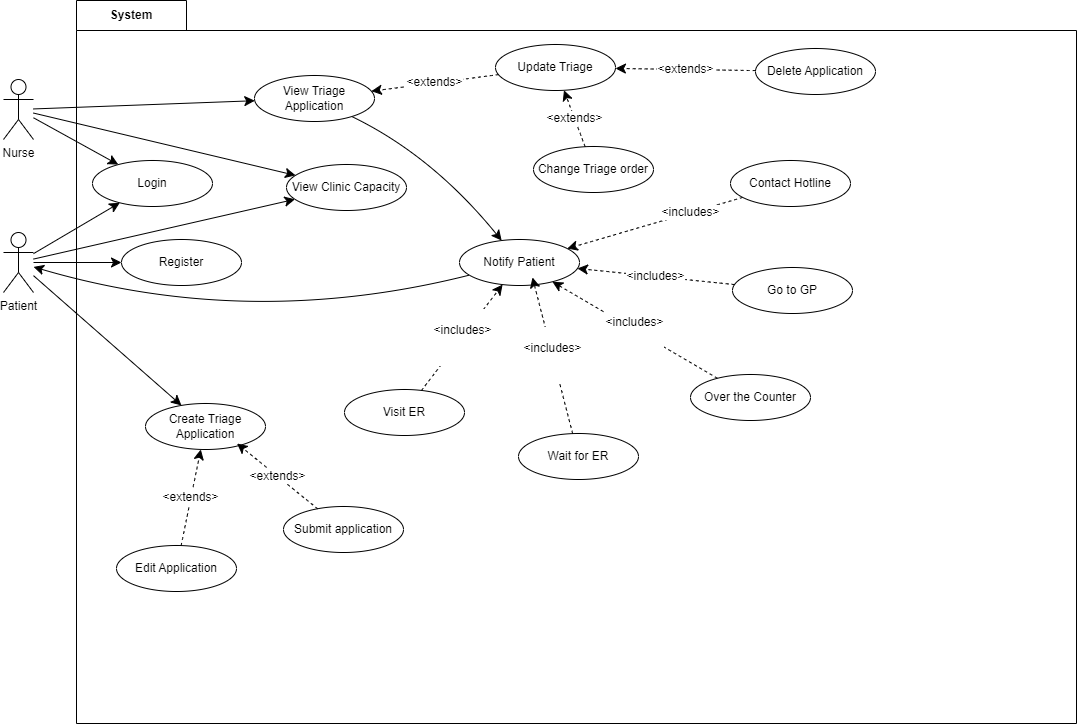
SENG-350-2024-fall/Team5 keeps this draw.io diagram as useCaseDiagrams/UseCaseDiagram.drawio.png. Above is the earlier version. Source tidied: cells renumbered, new cells last; positions are measured from the earlier drawing's top-left corner, leaving out a move shared by most shapes.
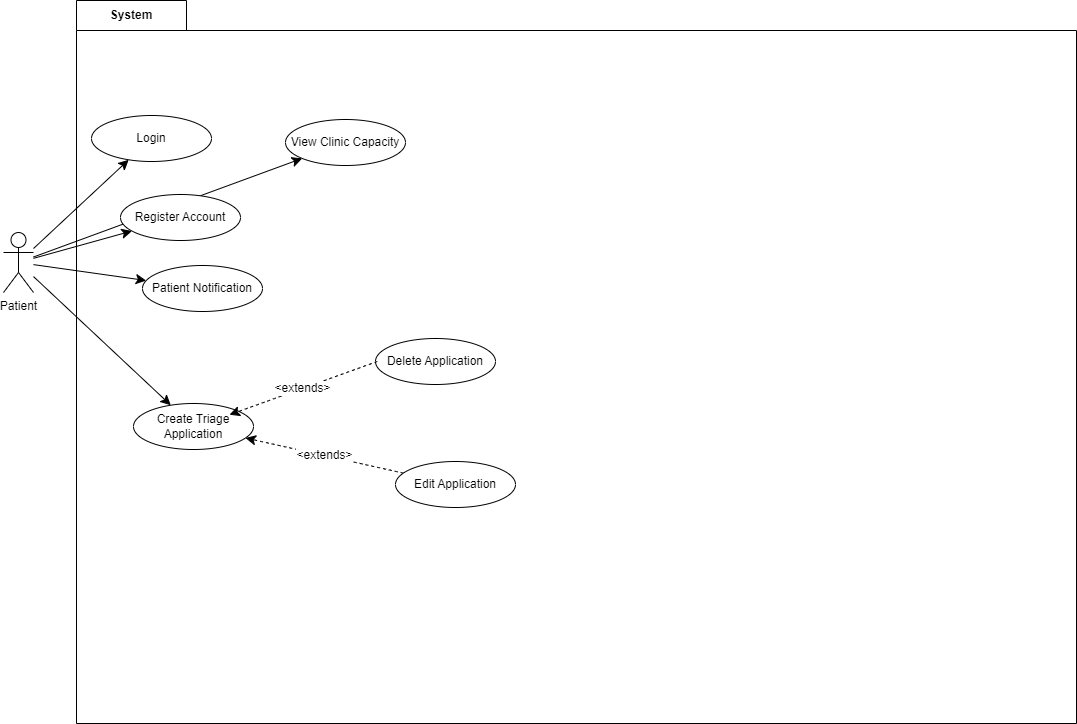
Above is the later version.

The edit, as a diff of the source:
```diff
@@ -10,24 +10,6 @@
         <mxPoint y="30" as="offset" />
       </mxGeometry>
     </mxCell>
-    <mxCell id="4" value="Delete Application" style="ellipse;whiteSpace=wrap;html=1;" parent="2" vertex="1">
-      <mxGeometry x="679" y="48" width="120" height="46" as="geometry" />
-    </mxCell>
-    <mxCell id="5" value="Change Triage order" style="ellipse;whiteSpace=wrap;html=1;" parent="2" vertex="1">
-      <mxGeometry x="457" y="146" width="120" height="46" as="geometry" />
-    </mxCell>
-    <mxCell id="6" value="Visit ER" style="ellipse;whiteSpace=wrap;html=1;" parent="2" vertex="1">
-      <mxGeometry x="268" y="389" width="120" height="46" as="geometry" />
-    </mxCell>
-    <mxCell id="7" value="Update Triage" style="ellipse;whiteSpace=wrap;html=1;" parent="2" vertex="1">
-      <mxGeometry x="419" y="44" width="120" height="46" as="geometry" />
-    </mxCell>
-    <mxCell id="8" value="&amp;lt;extends&amp;gt;" style="edgeStyle=none;curved=1;rounded=0;jettySize=auto;html=1;fontSize=12;startSize=8;endSize=8;dashed=1;" parent="2" edge="1" source="4" target="7">
-      <mxGeometry relative="1" as="geometry" />
-    </mxCell>
-    <mxCell id="9" value="&amp;lt;extends&amp;gt;" style="edgeStyle=none;curved=1;rounded=0;jettySize=auto;html=1;fontSize=12;startSize=8;endSize=8;dashed=1;" parent="2" edge="1" source="5" target="7">
-      <mxGeometry relative="1" as="geometry" />
-    </mxCell>
     <mxCell id="10" style="edgeStyle=none;curved=1;rounded=0;jettySize=auto;html=1;fontSize=12;startSize=8;endSize=8;" parent="1" edge="1" source="14" target="19">
       <mxGeometry relative="1" as="geometry" />
     </mxCell>
@@ -40,97 +22,41 @@
     <mxCell id="13" style="edgeStyle=none;curved=1;rounded=0;jettySize=auto;html=1;fontSize=12;startSize=8;endSize=8;" parent="1" edge="1" source="14" target="25">
       <mxGeometry relative="1" as="geometry" />
     </mxCell>
+    <mxCell id="42" style="edgeStyle=none;curved=1;rounded=0;jettySize=auto;html=1;fontSize=12;startSize=8;endSize=8;" parent="1" edge="1" source="14" target="43">
+      <mxGeometry relative="1" as="geometry" />
+    </mxCell>
     <mxCell id="14" value="Patient&lt;div&gt;&lt;br&gt;&lt;/div&gt;" style="shape=umlActor;verticalLabelPosition=bottom;verticalAlign=top;html=1;outlineConnect=0;" parent="1" vertex="1">
       <mxGeometry y="232" width="30" height="60" as="geometry" />
     </mxCell>
-    <mxCell id="15" style="edgeStyle=none;curved=1;rounded=0;jettySize=auto;html=1;fontSize=12;startSize=8;endSize=8;" parent="1" edge="1" source="18" target="19">
-      <mxGeometry relative="1" as="geometry" />
-    </mxCell>
-    <mxCell id="16" style="edgeStyle=none;curved=1;rounded=0;jettySize=auto;html=1;fontSize=12;startSize=8;endSize=8;" parent="1" edge="1" source="18" target="25">
-      <mxGeometry relative="1" as="geometry" />
-    </mxCell>
-    <mxCell id="17" style="edgeStyle=none;curved=1;rounded=0;jettySize=auto;html=1;fontSize=12;startSize=8;endSize=8;" parent="1" edge="1" source="18" target="27">
-      <mxGeometry relative="1" as="geometry" />
-    </mxCell>
-    <mxCell id="18" value="&lt;div&gt;Nurse&lt;/div&gt;" style="shape=umlActor;verticalLabelPosition=bottom;verticalAlign=top;html=1;outlineConnect=0;" parent="1" vertex="1">
-      <mxGeometry y="79" width="30" height="60" as="geometry" />
-    </mxCell>
     <mxCell id="19" value="Login" style="ellipse;whiteSpace=wrap;html=1;" parent="1" vertex="1">
-      <mxGeometry x="89" y="160" width="120" height="46" as="geometry" />
+      <mxGeometry x="88" y="115" width="120" height="46" as="geometry" />
     </mxCell>
-    <mxCell id="20" value="Register" style="ellipse;whiteSpace=wrap;html=1;" parent="1" vertex="1">
-      <mxGeometry x="118" y="239" width="120" height="46" as="geometry" />
+    <mxCell id="20" value="Register Account" style="ellipse;whiteSpace=wrap;html=1;" parent="1" vertex="1">
+      <mxGeometry x="117" y="194" width="120" height="46" as="geometry" />
     </mxCell>
     <mxCell id="21" value="Create Triage Application" style="ellipse;whiteSpace=wrap;html=1;" parent="1" vertex="1">
-      <mxGeometry x="142" y="403" width="120" height="46" as="geometry" />
+      <mxGeometry x="130" y="403" width="120" height="46" as="geometry" />
     </mxCell>
     <mxCell id="22" value="&amp;lt;extends&amp;gt;" style="edgeStyle=none;curved=1;rounded=0;jettySize=auto;html=1;fontSize=12;startSize=8;endSize=8;dashed=1;" parent="1" edge="1" source="23" target="21">
       <mxGeometry relative="1" as="geometry" />
     </mxCell>
     <mxCell id="23" value="Edit Application" style="ellipse;whiteSpace=wrap;html=1;" parent="1" vertex="1">
-      <mxGeometry x="113" y="545" width="120" height="46" as="geometry" />
+      <mxGeometry x="392" y="461" width="120" height="46" as="geometry" />
     </mxCell>
-    <mxCell id="24" value="Submit application" style="ellipse;whiteSpace=wrap;html=1;" parent="1" vertex="1">
-      <mxGeometry x="280" y="506" width="120" height="46" as="geometry" />
+    <mxCell id="24" value="Delete Application" style="ellipse;whiteSpace=wrap;html=1;" parent="1" vertex="1">
+      <mxGeometry x="372" y="338" width="120" height="46" as="geometry" />
     </mxCell>
     <mxCell id="25" value="View Clinic Capacity" style="ellipse;whiteSpace=wrap;html=1;" parent="1" vertex="1">
-      <mxGeometry x="283" y="164" width="120" height="46" as="geometry" />
+      <mxGeometry x="282" y="119" width="120" height="46" as="geometry" />
     </mxCell>
-    <mxCell id="26" style="edgeStyle=none;curved=1;rounded=0;jettySize=auto;html=1;fontSize=12;startSize=8;endSize=8;" parent="1" edge="1" source="27" target="29">
-      <mxGeometry relative="1" as="geometry">
-        <Array as="points">
-          <mxPoint x="429" y="155" />
-        </Array>
-      </mxGeometry>
-    </mxCell>
-    <mxCell id="27" value="View Triage Application" style="ellipse;whiteSpace=wrap;html=1;" parent="1" vertex="1">
-      <mxGeometry x="251" y="75" width="120" height="46" as="geometry" />
-    </mxCell>
-    <mxCell id="28" style="edgeStyle=none;curved=1;rounded=0;jettySize=auto;html=1;fontSize=12;startSize=8;endSize=8;" parent="1" edge="1" source="29" target="14">
-      <mxGeometry relative="1" as="geometry">
-        <Array as="points">
-          <mxPoint x="246" y="330" />
-        </Array>
-      </mxGeometry>
-    </mxCell>
-    <mxCell id="29" value="Notify Patient" style="ellipse;whiteSpace=wrap;html=1;" parent="1" vertex="1">
-      <mxGeometry x="456" y="239" width="120" height="46" as="geometry" />
-    </mxCell>
-    <mxCell id="30" value="&amp;lt;extends&amp;gt;" style="edgeStyle=none;curved=1;rounded=0;jettySize=auto;html=1;entryX=0.763;entryY=0.87;entryDx=0;entryDy=0;entryPerimeter=0;fontSize=12;startSize=8;endSize=8;dashed=1;" parent="1" edge="1" source="24" target="21">
-      <mxGeometry relative="1" as="geometry" />
+    <mxCell id="30" value="&amp;lt;extends&amp;gt;" style="edgeStyle=none;curved=1;rounded=0;orthogonalLoop=1;jettySize=auto;html=1;entryX=0.763;entryY=0.87;entryDx=0;entryDy=0;entryPerimeter=0;fontSize=12;startSize=8;endSize=8;dashed=1;" parent="1" edge="1">
+      <mxGeometry relative="1" as="geometry">
+        <mxPoint x="373.8" y="361" as="sourcePoint" />
+        <mxPoint x="226" y="414.2" as="targetPoint" />
+      </mxGeometry>
     </mxCell>
-    <mxCell id="31" value="&#10;&lt;span style=&quot;color: rgb(0, 0, 0); font-family: Helvetica; font-size: 12px; font-style: normal; font-variant-ligatures: normal; font-variant-caps: normal; font-weight: 400; letter-spacing: normal; orphans: 2; text-align: center; text-indent: 0px; text-transform: none; widows: 2; word-spacing: 0px; -webkit-text-stroke-width: 0px; white-space: nowrap; background-color: rgb(255, 255, 255); text-decoration-thickness: initial; text-decoration-style: initial; text-decoration-color: initial; display: inline !important; float: none;&quot;&gt;&amp;lt;includes&amp;gt;&lt;/span&gt;&#10;&#10;" style="edgeStyle=none;curved=1;rounded=0;jettySize=auto;html=1;fontSize=12;startSize=8;endSize=8;dashed=1;" parent="1" edge="1" source="6" target="29">
-      <mxGeometry relative="1" as="geometry" />
-    </mxCell>
-    <mxCell id="32" value="&#10;&lt;span style=&quot;color: rgb(0, 0, 0); font-family: Helvetica; font-size: 12px; font-style: normal; font-variant-ligatures: normal; font-variant-caps: normal; font-weight: 400; letter-spacing: normal; orphans: 2; text-align: center; text-indent: 0px; text-transform: none; widows: 2; word-spacing: 0px; -webkit-text-stroke-width: 0px; white-space: nowrap; background-color: rgb(255, 255, 255); text-decoration-thickness: initial; text-decoration-style: initial; text-decoration-color: initial; display: inline !important; float: none;&quot;&gt;&amp;lt;includes&amp;gt;&lt;/span&gt;&#10;&#10;" style="rounded=0;jettySize=auto;html=1;fontSize=12;startSize=8;endSize=8;dashed=1;" parent="1" edge="1" source="33" target="29">
-      <mxGeometry relative="1" as="geometry" />
-    </mxCell>
-    <mxCell id="33" value="Over the Counter" style="ellipse;whiteSpace=wrap;html=1;" parent="1" vertex="1">
-      <mxGeometry x="687" y="374" width="120" height="46" as="geometry" />
-    </mxCell>
-    <mxCell id="34" style="edgeStyle=none;curved=1;rounded=0;jettySize=auto;html=1;fontSize=12;startSize=8;endSize=8;dashed=1;" parent="1" edge="1" source="36" target="29">
-      <mxGeometry relative="1" as="geometry" />
-    </mxCell>
-    <mxCell id="35" value="&amp;lt;includes&amp;gt;" style="edgeLabel;html=1;align=center;verticalAlign=middle;fontSize=12;" parent="34" vertex="1">
-      <mxGeometry x="-0.4" y="-1" relative="1" as="geometry" />
-    </mxCell>
-    <mxCell id="36" value="Contact Hotline" style="ellipse;whiteSpace=wrap;html=1;" parent="1" vertex="1">
-      <mxGeometry x="727" y="160" width="120" height="46" as="geometry" />
-    </mxCell>
-    <mxCell id="37" value="&amp;lt;includes&amp;gt;" style="edgeStyle=none;curved=1;rounded=0;jettySize=auto;html=1;fontSize=12;startSize=8;endSize=8;dashed=1;" parent="1" edge="1" source="38" target="29">
-      <mxGeometry relative="1" as="geometry" />
-    </mxCell>
-    <mxCell id="38" value="Go to GP" style="ellipse;whiteSpace=wrap;html=1;" parent="1" vertex="1">
-      <mxGeometry x="729" y="267" width="120" height="46" as="geometry" />
-    </mxCell>
-    <mxCell id="39" value="Wait for ER" style="ellipse;whiteSpace=wrap;html=1;" parent="1" vertex="1">
-      <mxGeometry x="515" y="433" width="120" height="46" as="geometry" />
-    </mxCell>
-    <mxCell id="40" value="&#10;&lt;span style=&quot;color: rgb(0, 0, 0); font-family: Helvetica; font-size: 12px; font-style: normal; font-variant-ligatures: normal; font-variant-caps: normal; font-weight: 400; letter-spacing: normal; orphans: 2; text-align: center; text-indent: 0px; text-transform: none; widows: 2; word-spacing: 0px; -webkit-text-stroke-width: 0px; white-space: nowrap; background-color: rgb(255, 255, 255); text-decoration-thickness: initial; text-decoration-style: initial; text-decoration-color: initial; display: inline !important; float: none;&quot;&gt;&amp;lt;includes&amp;gt;&lt;/span&gt;&#10;&#10;" style="edgeStyle=none;curved=1;rounded=0;jettySize=auto;html=1;entryX=0.608;entryY=0.826;entryDx=0;entryDy=0;entryPerimeter=0;fontSize=12;startSize=8;endSize=8;dashed=1;" parent="1" edge="1" source="39" target="29">
-      <mxGeometry relative="1" as="geometry" />
-    </mxCell>
-    <mxCell id="41" value="&amp;lt;extends&amp;gt;" style="edgeStyle=none;curved=1;rounded=0;jettySize=auto;html=1;fontSize=12;startSize=8;endSize=8;dashed=1;" parent="1" edge="1" source="7" target="27">
-      <mxGeometry relative="1" as="geometry" />
-    </mxCell>
+    <mxCell id="43" value="Patient Notification" style="ellipse;whiteSpace=wrap;html=1;" parent="1" vertex="1">
+      <mxGeometry x="139" y="265" width="120" height="46" as="geometry" />
+    </mxCell>
   </root>
 </mxGraphModel>
```
